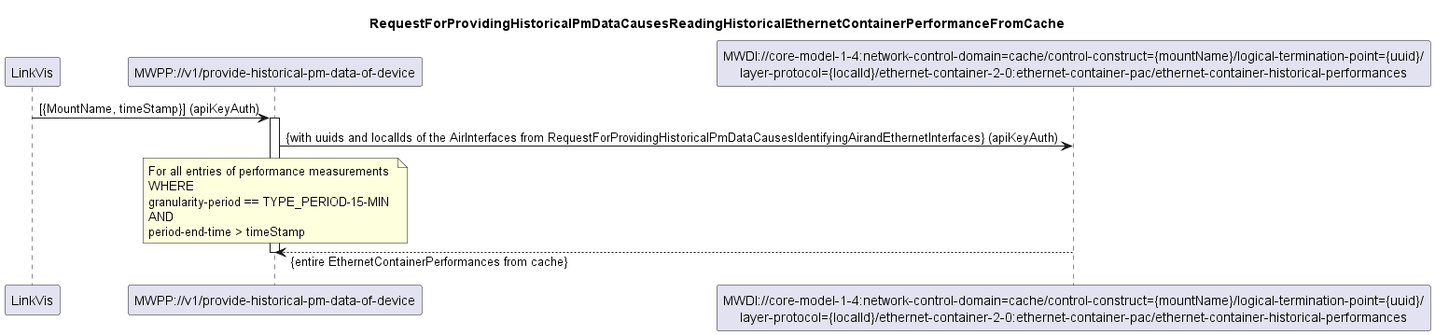
openBackhaul/MicroWavePerformanceProxy keeps this PlantUML diagram as spec/diagrams/006_ReadingHistoricalEthernetContainerPerformanceFromCache.png. Above is the earlier version. Its diagram source:
```plantuml
@startuml 006_ReadingHistoricalEthernetContainerPerformanceFromCache
skinparam responseMessageBelowArrow true

title
RequestForProvidingHistoricalPmDataCausesReadingHistoricalEthernetContainerPerformanceFromCache
end title

participant "LinkVis" as LinkVis
participant "MWPP://v1/provide-historical-pm-data-of-device" as MWPP
participant "MWDI://core-model-1-4:network-control-domain=cache/control-construct={mountName}/logical-termination-point={uuid}/\nlayer-protocol={localId}/ethernet-container-2-0:ethernet-container-pac/ethernet-container-historical-performances" as EthernetPm

LinkVis -> MWPP: [{MountName, timeStamp}] (apiKeyAuth)
activate MWPP

MWPP -> EthernetPm: {with uuids and localIds of the AirInterfaces from RequestForProvidingHistoricalPmDataCausesIdentifyingAirandEthernetInterfaces} (apiKeyAuth)

note over MWPP
For all entries of performance measurements
WHERE
granularity-period == TYPE_PERIOD-15-MIN
AND
period-end-time > timeStamp
end note

EthernetPm --> MWPP: {entire EthernetContainerPerformances from cache}

deactivate MWPP

@enduml
```
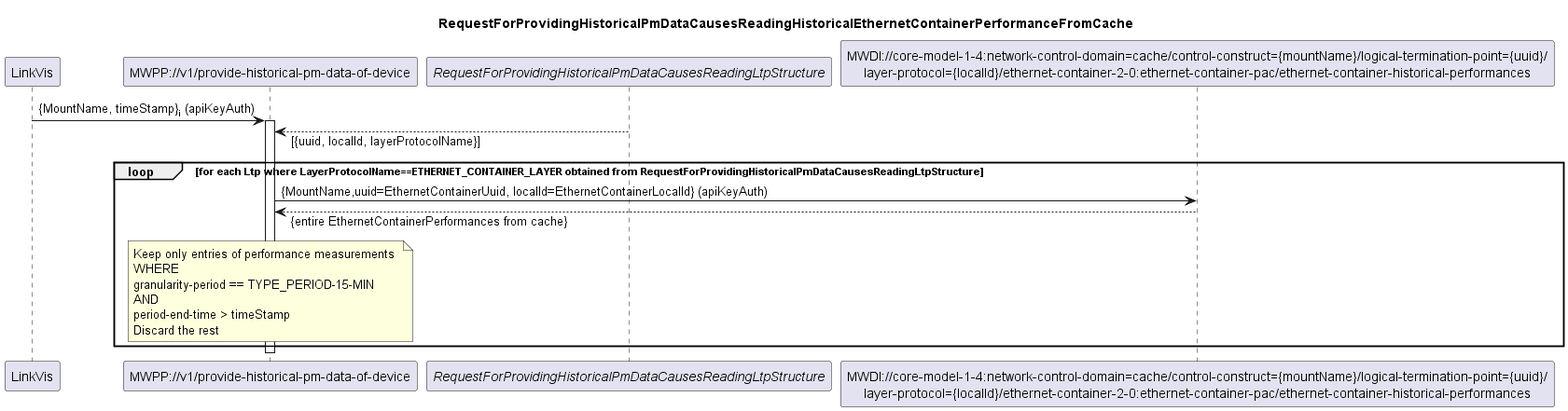
The same diagram one commit later.

What changed in the source:
```diff
@@ -7,23 +7,25 @@
 
 participant "LinkVis" as LinkVis
 participant "MWPP://v1/provide-historical-pm-data-of-device" as MWPP
+participant "<i>RequestForProvidingHistoricalPmDataCausesReadingLtpStructure</i>" as LTPs
 participant "MWDI://core-model-1-4:network-control-domain=cache/control-construct={mountName}/logical-termination-point={uuid}/\nlayer-protocol={localId}/ethernet-container-2-0:ethernet-container-pac/ethernet-container-historical-performances" as EthernetPm
 
-LinkVis -> MWPP: [{MountName, timeStamp}] (apiKeyAuth)
+LinkVis -> MWPP: {MountName, timeStamp}<sub>i</sub> (apiKeyAuth)
 activate MWPP
+LTPs --> MWPP: [{uuid, localId, layerProtocolName}]
+loop for each Ltp where LayerProtocolName==ETHERNET_CONTAINER_LAYER obtained from RequestForProvidingHistoricalPmDataCausesReadingLtpStructure
+    MWPP -> EthernetPm: {MountName,uuid=EthernetContainerUuid, localId=EthernetContainerLocalId} (apiKeyAuth)
+    EthernetPm --> MWPP: {entire EthernetContainerPerformances from cache}
 
-MWPP -> EthernetPm: {with uuids and localIds of the AirInterfaces from RequestForProvidingHistoricalPmDataCausesIdentifyingAirandEthernetInterfaces} (apiKeyAuth)
-
-note over MWPP
-For all entries of performance measurements
-WHERE
-granularity-period == TYPE_PERIOD-15-MIN
-AND
-period-end-time > timeStamp
-end note
-
-EthernetPm --> MWPP: {entire EthernetContainerPerformances from cache}
-
+    note over MWPP
+    Keep only entries of performance measurements
+    WHERE
+    granularity-period == TYPE_PERIOD-15-MIN
+    AND
+    period-end-time > timeStamp
+    Discard the rest
+    end note
+end
 deactivate MWPP
 
 @enduml
```
